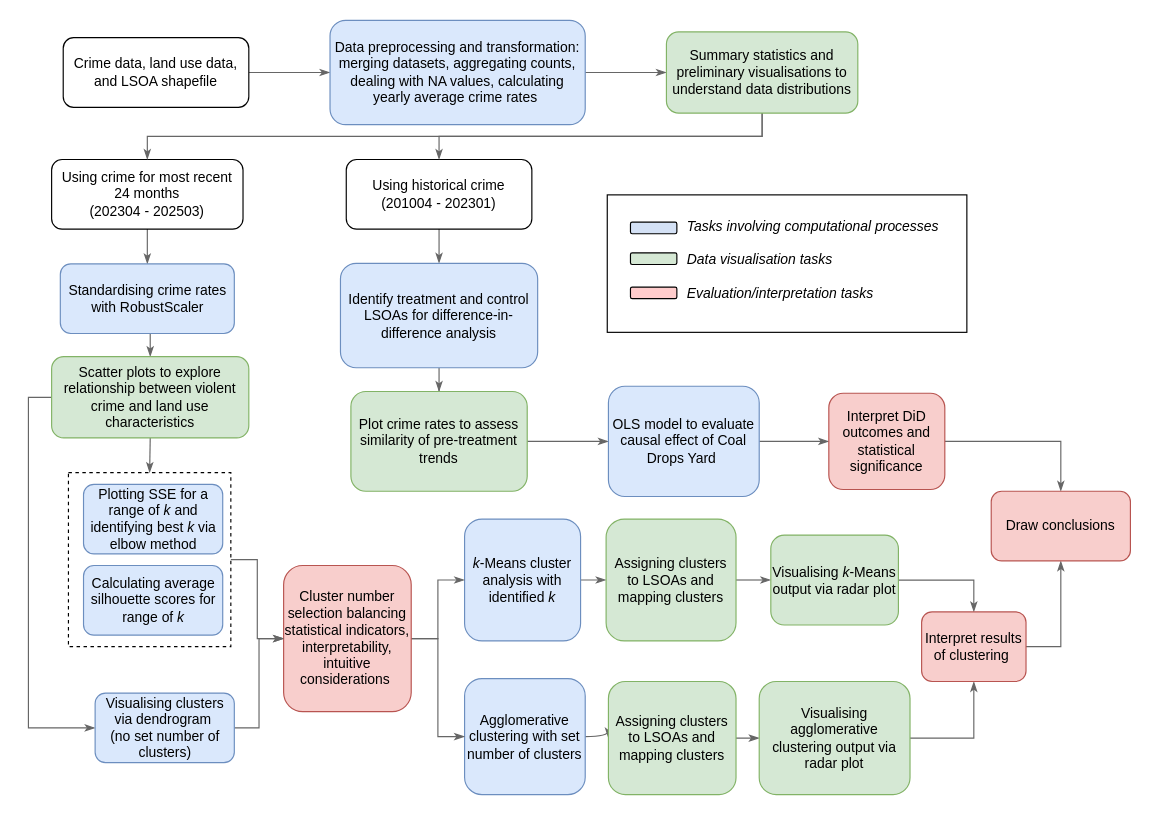
Before: casa0006_methodology.drawio in jyjylow/casa0006-assessment, a draw.io diagram. Source tidied: cells renumbered, new cells numbered last; positions are measured from the earlier drawing's top-left corner, leaving out a move shared by most shapes. Both pictures are drawn from the tidied source at 116%, with x=0, y=0 at pixel (51, 20).
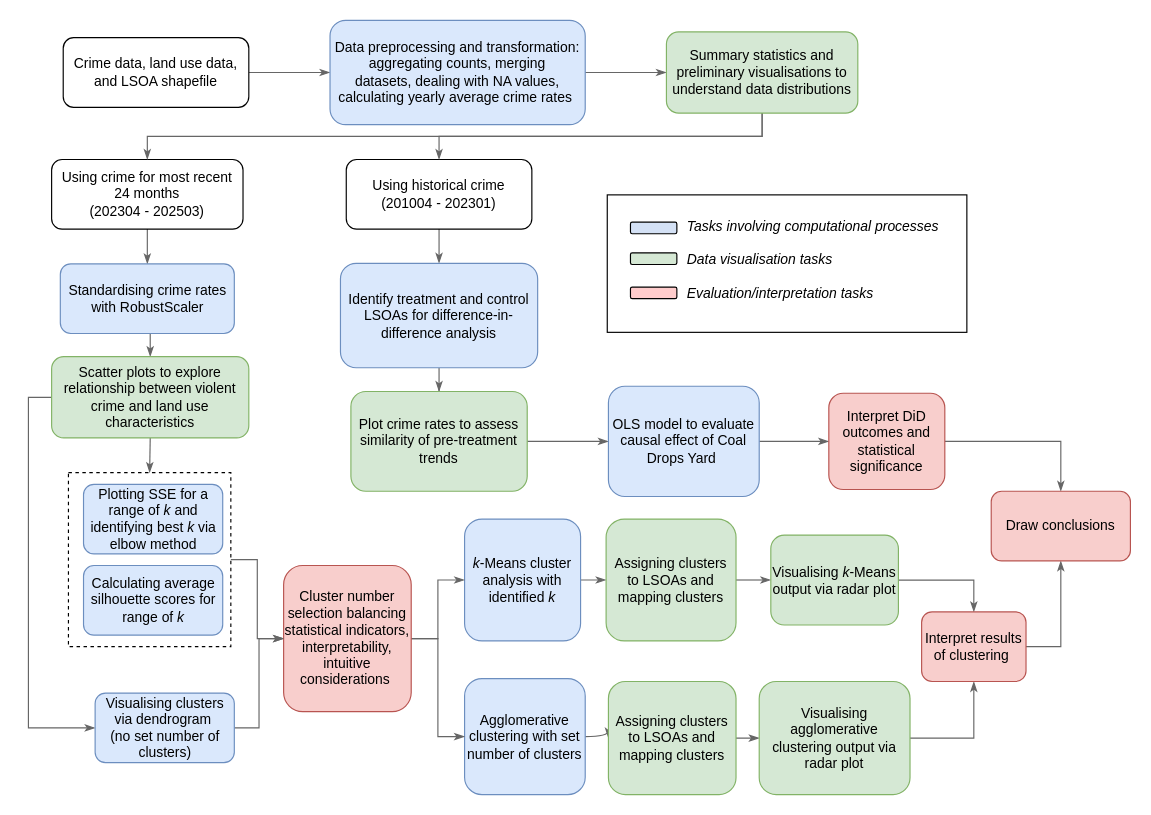
The same diagram, later.

The edit, as a diff of the source:
```diff
@@
-    <mxCell id="10" value="Data preprocessing and transformation: merging datasets, aggregating counts, dealing with NA values, calculating yearly average crime rates&amp;nbsp;" style="rounded=1;whiteSpace=wrap;html=1;fillColor=#dae8fc;strokeColor=#6c8ebf;" parent="1" vertex="1">
+    <mxCell id="10" value="Data preprocessing and transformation: aggregating counts, merging datasets,&amp;nbsp;dealing with NA values, calculating yearly average crime rates&amp;nbsp;" style="rounded=1;whiteSpace=wrap;html=1;fillColor=#dae8fc;strokeColor=#6c8ebf;" parent="1" vertex="1">
       <mxGeometry x="240" width="220" height="90" as="geometry" />
     </mxCell>
```
